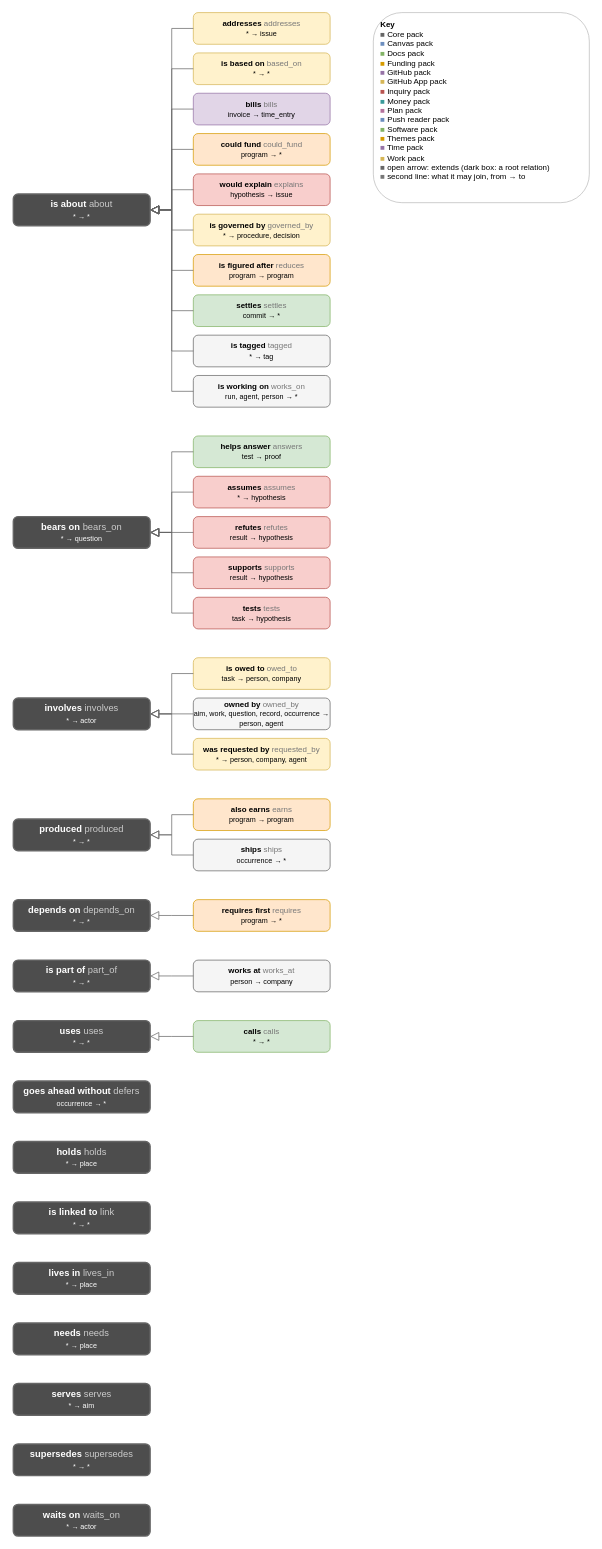
The draw.io diagram page "Types: relations" (2 of 3) of docs/diagrams/types.drawio in AlexReiner98/archipelago, before the edit. Source tidied: cells renumbered, new cells numbered last; positions are measured from the earlier drawing's top-left corner, leaving out a move shared by most shapes. Both pictures are drawn from the tidied source at 72%, with x=0, y=0 at pixel (13, 12).
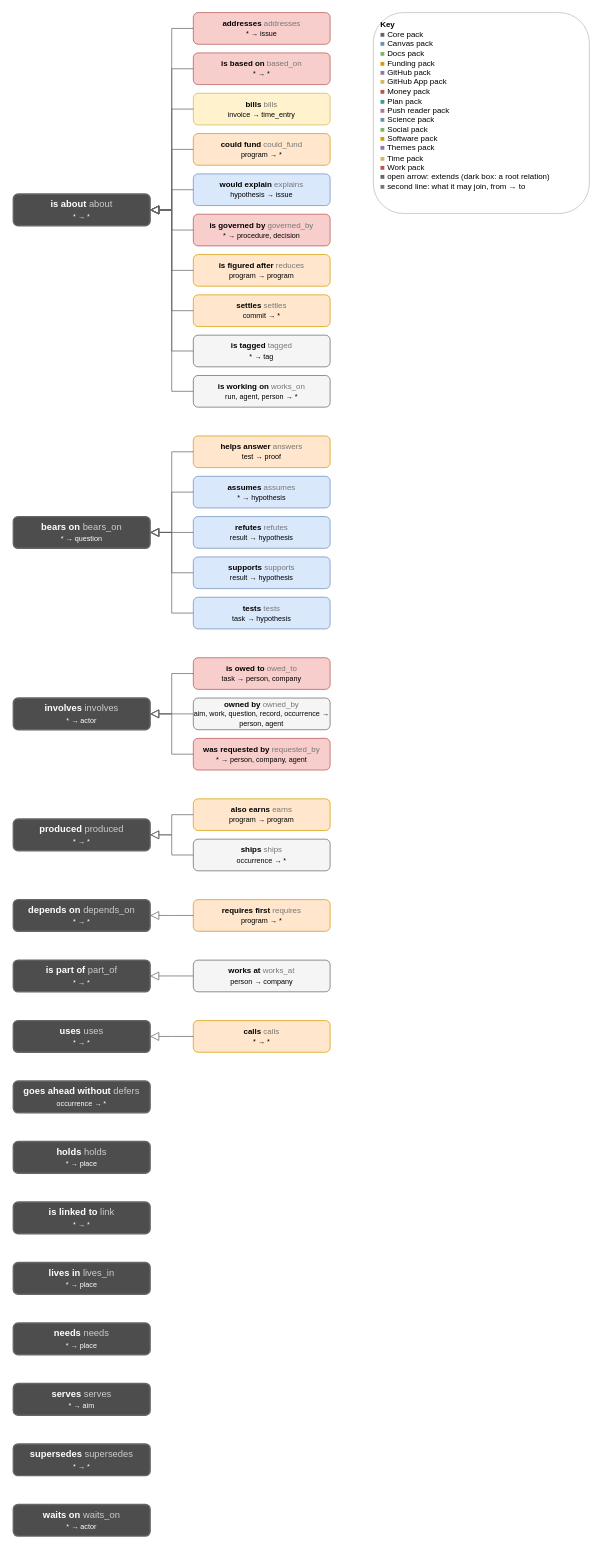
After the change.

Change to the diagram source:
```diff
@@
-    <mxCell id="2" value="&lt;b&gt;addresses&lt;/b&gt; &lt;font color=&quot;#777777&quot;&gt;addresses&lt;/font&gt;&lt;br&gt;&lt;font style=&quot;font-size:10px&quot;&gt;* → issue&lt;/font&gt;" style="rounded=1;html=1;whiteSpace=wrap;fontSize=11;fillColor=#fff2cc;fontColor=#000000;strokeColor=#d6b656;strokeWidth=1;" parent="1" vertex="1">
+    <mxCell id="2" value="&lt;b&gt;addresses&lt;/b&gt; &lt;font color=&quot;#777777&quot;&gt;addresses&lt;/font&gt;&lt;br&gt;&lt;font style=&quot;font-size:10px&quot;&gt;* → issue&lt;/font&gt;" style="rounded=1;html=1;whiteSpace=wrap;fontSize=11;fillColor=#f8cecc;fontColor=#000000;strokeColor=#b85450;strokeWidth=1;" parent="1" vertex="1">
       <mxGeometry x="250" width="190" height="44" as="geometry" />
     </mxCell>
-    <mxCell id="3" value="&lt;b&gt;is based on&lt;/b&gt; &lt;font color=&quot;#777777&quot;&gt;based_on&lt;/font&gt;&lt;br&gt;&lt;font style=&quot;font-size:10px&quot;&gt;* → *&lt;/font&gt;" style="rounded=1;html=1;whiteSpace=wrap;fontSize=11;fillColor=#fff2cc;fontColor=#000000;strokeColor=#d6b656;strokeWidth=1;" parent="1" vertex="1">
+    <mxCell id="3" value="&lt;b&gt;is based on&lt;/b&gt; &lt;font color=&quot;#777777&quot;&gt;based_on&lt;/font&gt;&lt;br&gt;&lt;font style=&quot;font-size:10px&quot;&gt;* → *&lt;/font&gt;" style="rounded=1;html=1;whiteSpace=wrap;fontSize=11;fillColor=#f8cecc;fontColor=#000000;strokeColor=#b85450;strokeWidth=1;" parent="1" vertex="1">
       <mxGeometry x="250" y="56" width="190" height="44" as="geometry" />
     </mxCell>
-    <mxCell id="4" value="&lt;b&gt;bills&lt;/b&gt; &lt;font color=&quot;#777777&quot;&gt;bills&lt;/font&gt;&lt;br&gt;&lt;font style=&quot;font-size:10px&quot;&gt;invoice → time_entry&lt;/font&gt;" style="rounded=1;html=1;whiteSpace=wrap;fontSize=11;fillColor=#e1d5e7;fontColor=#000000;strokeColor=#9673a6;strokeWidth=1;" parent="1" vertex="1">
+    <mxCell id="4" value="&lt;b&gt;bills&lt;/b&gt; &lt;font color=&quot;#777777&quot;&gt;bills&lt;/font&gt;&lt;br&gt;&lt;font style=&quot;font-size:10px&quot;&gt;invoice → time_entry&lt;/font&gt;" style="rounded=1;html=1;whiteSpace=wrap;fontSize=11;fillColor=#fff2cc;fontColor=#000000;strokeColor=#d6b656;strokeWidth=1;" parent="1" vertex="1">
       <mxGeometry x="250" y="112" width="190" height="44" as="geometry" />
     </mxCell>
@@
-    <mxCell id="6" value="&lt;b&gt;would explain&lt;/b&gt; &lt;font color=&quot;#777777&quot;&gt;explains&lt;/font&gt;&lt;br&gt;&lt;font style=&quot;font-size:10px&quot;&gt;hypothesis → issue&lt;/font&gt;" style="rounded=1;html=1;whiteSpace=wrap;fontSize=11;fillColor=#f8cecc;fontColor=#000000;strokeColor=#b85450;strokeWidth=1;" parent="1" vertex="1">
+    <mxCell id="6" value="&lt;b&gt;would explain&lt;/b&gt; &lt;font color=&quot;#777777&quot;&gt;explains&lt;/font&gt;&lt;br&gt;&lt;font style=&quot;font-size:10px&quot;&gt;hypothesis → issue&lt;/font&gt;" style="rounded=1;html=1;whiteSpace=wrap;fontSize=11;fillColor=#dae8fc;fontColor=#000000;strokeColor=#6c8ebf;strokeWidth=1;" parent="1" vertex="1">
       <mxGeometry x="250" y="224" width="190" height="44" as="geometry" />
     </mxCell>
-    <mxCell id="7" value="&lt;b&gt;is governed by&lt;/b&gt; &lt;font color=&quot;#777777&quot;&gt;governed_by&lt;/font&gt;&lt;br&gt;&lt;font style=&quot;font-size:10px&quot;&gt;* → procedure, decision&lt;/font&gt;" style="rounded=1;html=1;whiteSpace=wrap;fontSize=11;fillColor=#fff2cc;fontColor=#000000;strokeColor=#d6b656;strokeWidth=1;" parent="1" vertex="1">
+    <mxCell id="7" value="&lt;b&gt;is governed by&lt;/b&gt; &lt;font color=&quot;#777777&quot;&gt;governed_by&lt;/font&gt;&lt;br&gt;&lt;font style=&quot;font-size:10px&quot;&gt;* → procedure, decision&lt;/font&gt;" style="rounded=1;html=1;whiteSpace=wrap;fontSize=11;fillColor=#f8cecc;fontColor=#000000;strokeColor=#b85450;strokeWidth=1;" parent="1" vertex="1">
       <mxGeometry x="250" y="280" width="190" height="44" as="geometry" />
     </mxCell>
@@
-    <mxCell id="9" value="&lt;b&gt;settles&lt;/b&gt; &lt;font color=&quot;#777777&quot;&gt;settles&lt;/font&gt;&lt;br&gt;&lt;font style=&quot;font-size:10px&quot;&gt;commit → *&lt;/font&gt;" style="rounded=1;html=1;whiteSpace=wrap;fontSize=11;fillColor=#d5e8d4;fontColor=#000000;strokeColor=#82b366;strokeWidth=1;" parent="1" vertex="1">
+    <mxCell id="9" value="&lt;b&gt;settles&lt;/b&gt; &lt;font color=&quot;#777777&quot;&gt;settles&lt;/font&gt;&lt;br&gt;&lt;font style=&quot;font-size:10px&quot;&gt;commit → *&lt;/font&gt;" style="rounded=1;html=1;whiteSpace=wrap;fontSize=11;fillColor=#ffe6cc;fontColor=#000000;strokeColor=#d79b00;strokeWidth=1;" parent="1" vertex="1">
       <mxGeometry x="250" y="392" width="190" height="44" as="geometry" />
     </mxCell>
@@
-    <mxCell id="13" value="&lt;b&gt;helps answer&lt;/b&gt; &lt;font color=&quot;#777777&quot;&gt;answers&lt;/font&gt;&lt;br&gt;&lt;font style=&quot;font-size:10px&quot;&gt;test → proof&lt;/font&gt;" style="rounded=1;html=1;whiteSpace=wrap;fontSize=11;fillColor=#d5e8d4;fontColor=#000000;strokeColor=#82b366;strokeWidth=1;" parent="1" vertex="1">
+    <mxCell id="13" value="&lt;b&gt;helps answer&lt;/b&gt; &lt;font color=&quot;#777777&quot;&gt;answers&lt;/font&gt;&lt;br&gt;&lt;font style=&quot;font-size:10px&quot;&gt;test → proof&lt;/font&gt;" style="rounded=1;html=1;whiteSpace=wrap;fontSize=11;fillColor=#ffe6cc;fontColor=#000000;strokeColor=#d79b00;strokeWidth=1;" parent="1" vertex="1">
       <mxGeometry x="250" y="588" width="190" height="44" as="geometry" />
     </mxCell>
-    <mxCell id="14" value="&lt;b&gt;assumes&lt;/b&gt; &lt;font color=&quot;#777777&quot;&gt;assumes&lt;/font&gt;&lt;br&gt;&lt;font style=&quot;font-size:10px&quot;&gt;* → hypothesis&lt;/font&gt;" style="rounded=1;html=1;whiteSpace=wrap;fontSize=11;fillColor=#f8cecc;fontColor=#000000;strokeColor=#b85450;strokeWidth=1;" parent="1" vertex="1">
+    <mxCell id="14" value="&lt;b&gt;assumes&lt;/b&gt; &lt;font color=&quot;#777777&quot;&gt;assumes&lt;/font&gt;&lt;br&gt;&lt;font style=&quot;font-size:10px&quot;&gt;* → hypothesis&lt;/font&gt;" style="rounded=1;html=1;whiteSpace=wrap;fontSize=11;fillColor=#dae8fc;fontColor=#000000;strokeColor=#6c8ebf;strokeWidth=1;" parent="1" vertex="1">
       <mxGeometry x="250" y="644" width="190" height="44" as="geometry" />
     </mxCell>
-    <mxCell id="15" value="&lt;b&gt;refutes&lt;/b&gt; &lt;font color=&quot;#777777&quot;&gt;refutes&lt;/font&gt;&lt;br&gt;&lt;font style=&quot;font-size:10px&quot;&gt;result → hypothesis&lt;/font&gt;" style="rounded=1;html=1;whiteSpace=wrap;fontSize=11;fillColor=#f8cecc;fontColor=#000000;strokeColor=#b85450;strokeWidth=1;" parent="1" vertex="1">
+    <mxCell id="15" value="&lt;b&gt;refutes&lt;/b&gt; &lt;font color=&quot;#777777&quot;&gt;refutes&lt;/font&gt;&lt;br&gt;&lt;font style=&quot;font-size:10px&quot;&gt;result → hypothesis&lt;/font&gt;" style="rounded=1;html=1;whiteSpace=wrap;fontSize=11;fillColor=#dae8fc;fontColor=#000000;strokeColor=#6c8ebf;strokeWidth=1;" parent="1" vertex="1">
       <mxGeometry x="250" y="700" width="190" height="44" as="geometry" />
     </mxCell>
-    <mxCell id="16" value="&lt;b&gt;supports&lt;/b&gt; &lt;font color=&quot;#777777&quot;&gt;supports&lt;/font&gt;&lt;br&gt;&lt;font style=&quot;font-size:10px&quot;&gt;result → hypothesis&lt;/font&gt;" style="rounded=1;html=1;whiteSpace=wrap;fontSize=11;fillColor=#f8cecc;fontColor=#000000;strokeColor=#b85450;strokeWidth=1;" parent="1" vertex="1">
+    <mxCell id="16" value="&lt;b&gt;supports&lt;/b&gt; &lt;font color=&quot;#777777&quot;&gt;supports&lt;/font&gt;&lt;br&gt;&lt;font style=&quot;font-size:10px&quot;&gt;result → hypothesis&lt;/font&gt;" style="rounded=1;html=1;whiteSpace=wrap;fontSize=11;fillColor=#dae8fc;fontColor=#000000;strokeColor=#6c8ebf;strokeWidth=1;" parent="1" vertex="1">
       <mxGeometry x="250" y="756" width="190" height="44" as="geometry" />
     </mxCell>
-    <mxCell id="17" value="&lt;b&gt;tests&lt;/b&gt; &lt;font color=&quot;#777777&quot;&gt;tests&lt;/font&gt;&lt;br&gt;&lt;font style=&quot;font-size:10px&quot;&gt;task → hypothesis&lt;/font&gt;" style="rounded=1;html=1;whiteSpace=wrap;fontSize=11;fillColor=#f8cecc;fontColor=#000000;strokeColor=#b85450;strokeWidth=1;" parent="1" vertex="1">
+    <mxCell id="17" value="&lt;b&gt;tests&lt;/b&gt; &lt;font color=&quot;#777777&quot;&gt;tests&lt;/font&gt;&lt;br&gt;&lt;font style=&quot;font-size:10px&quot;&gt;task → hypothesis&lt;/font&gt;" style="rounded=1;html=1;whiteSpace=wrap;fontSize=11;fillColor=#dae8fc;fontColor=#000000;strokeColor=#6c8ebf;strokeWidth=1;" parent="1" vertex="1">
       <mxGeometry x="250" y="812" width="190" height="44" as="geometry" />
     </mxCell>
@@
-    <mxCell id="19" value="&lt;b&gt;is owed to&lt;/b&gt; &lt;font color=&quot;#777777&quot;&gt;owed_to&lt;/font&gt;&lt;br&gt;&lt;font style=&quot;font-size:10px&quot;&gt;task → person, company&lt;/font&gt;" style="rounded=1;html=1;whiteSpace=wrap;fontSize=11;fillColor=#fff2cc;fontColor=#000000;strokeColor=#d6b656;strokeWidth=1;" parent="1" vertex="1">
+    <mxCell id="19" value="&lt;b&gt;is owed to&lt;/b&gt; &lt;font color=&quot;#777777&quot;&gt;owed_to&lt;/font&gt;&lt;br&gt;&lt;font style=&quot;font-size:10px&quot;&gt;task → person, company&lt;/font&gt;" style="rounded=1;html=1;whiteSpace=wrap;fontSize=11;fillColor=#f8cecc;fontColor=#000000;strokeColor=#b85450;strokeWidth=1;" parent="1" vertex="1">
       <mxGeometry x="250" y="896" width="190" height="44" as="geometry" />
     </mxCell>
@@
-    <mxCell id="21" value="&lt;b&gt;was requested by&lt;/b&gt; &lt;font color=&quot;#777777&quot;&gt;requested_by&lt;/font&gt;&lt;br&gt;&lt;font style=&quot;font-size:10px&quot;&gt;* → person, company, agent&lt;/font&gt;" style="rounded=1;html=1;whiteSpace=wrap;fontSize=11;fillColor=#fff2cc;fontColor=#000000;strokeColor=#d6b656;strokeWidth=1;" parent="1" vertex="1">
+    <mxCell id="21" value="&lt;b&gt;was requested by&lt;/b&gt; &lt;font color=&quot;#777777&quot;&gt;requested_by&lt;/font&gt;&lt;br&gt;&lt;font style=&quot;font-size:10px&quot;&gt;* → person, company, agent&lt;/font&gt;" style="rounded=1;html=1;whiteSpace=wrap;fontSize=11;fillColor=#f8cecc;fontColor=#000000;strokeColor=#b85450;strokeWidth=1;" parent="1" vertex="1">
       <mxGeometry x="250" y="1008" width="190" height="44" as="geometry" />
     </mxCell>
@@
-    <mxCell id="30" value="&lt;b&gt;calls&lt;/b&gt; &lt;font color=&quot;#777777&quot;&gt;calls&lt;/font&gt;&lt;br&gt;&lt;font style=&quot;font-size:10px&quot;&gt;* → *&lt;/font&gt;" style="rounded=1;html=1;whiteSpace=wrap;fontSize=11;fillColor=#d5e8d4;fontColor=#000000;strokeColor=#82b366;strokeWidth=1;" parent="1" vertex="1">
+    <mxCell id="30" value="&lt;b&gt;calls&lt;/b&gt; &lt;font color=&quot;#777777&quot;&gt;calls&lt;/font&gt;&lt;br&gt;&lt;font style=&quot;font-size:10px&quot;&gt;* → *&lt;/font&gt;" style="rounded=1;html=1;whiteSpace=wrap;fontSize=11;fillColor=#ffe6cc;fontColor=#000000;strokeColor=#d79b00;strokeWidth=1;" parent="1" vertex="1">
       <mxGeometry x="250" y="1400" width="190" height="44" as="geometry" />
     </mxCell>
@@
-    <mxCell id="40" value="&lt;b&gt;Key&lt;/b&gt;&lt;br&gt;&lt;font color=&quot;#666666&quot;&gt;■&lt;/font&gt; Core pack&lt;br&gt;&lt;font color=&quot;#6c8ebf&quot;&gt;■&lt;/font&gt; Canvas pack&lt;br&gt;&lt;font color=&quot;#82b366&quot;&gt;■&lt;/font&gt; Docs pack&lt;br&gt;&lt;font color=&quot;#d79b00&quot;&gt;■&lt;/font&gt; Funding pack&lt;br&gt;&lt;font color=&quot;#9673a6&quot;&gt;■&lt;/font&gt; GitHub pack&lt;br&gt;&lt;font color=&quot;#d6b656&quot;&gt;■&lt;/font&gt; GitHub App pack&lt;br&gt;&lt;font color=&quot;#b85450&quot;&gt;■&lt;/font&gt; Inquiry pack&lt;br&gt;&lt;font color=&quot;#3a9a9a&quot;&gt;■&lt;/font&gt; Money pack&lt;br&gt;&lt;font color=&quot;#b5739d&quot;&gt;■&lt;/font&gt; Plan pack&lt;br&gt;&lt;font color=&quot;#6c8ebf&quot;&gt;■&lt;/font&gt; Push reader pack&lt;br&gt;&lt;font color=&quot;#82b366&quot;&gt;■&lt;/font&gt; Software pack&lt;br&gt;&lt;font color=&quot;#d79b00&quot;&gt;■&lt;/font&gt; Themes pack&lt;br&gt;&lt;font color=&quot;#9673a6&quot;&gt;■&lt;/font&gt; Time pack&lt;br&gt;&lt;font color=&quot;#d6b656&quot;&gt;■&lt;/font&gt; Work pack&lt;br&gt;&lt;font color=&quot;#666666&quot;&gt;■&lt;/font&gt; open arrow: extends (dark box: a root relation)&lt;br&gt;&lt;font color=&quot;#777777&quot;&gt;■&lt;/font&gt; second line: what it may join, from → to" style="rounded=1;html=1;whiteSpace=wrap;align=left;verticalAlign=top;spacingLeft=8;spacingTop=4;fillColor=#ffffff;strokeColor=#bbbbbb;fontSize=11;" parent="1" vertex="1">
-      <mxGeometry x="500" width="300" height="264" as="geometry" />
+    <mxCell id="40" value="&lt;b&gt;Key&lt;/b&gt;&lt;br&gt;&lt;font color=&quot;#666666&quot;&gt;■&lt;/font&gt; Core pack&lt;br&gt;&lt;font color=&quot;#6c8ebf&quot;&gt;■&lt;/font&gt; Canvas pack&lt;br&gt;&lt;font color=&quot;#82b366&quot;&gt;■&lt;/font&gt; Docs pack&lt;br&gt;&lt;font color=&quot;#d79b00&quot;&gt;■&lt;/font&gt; Funding pack&lt;br&gt;&lt;font color=&quot;#9673a6&quot;&gt;■&lt;/font&gt; GitHub pack&lt;br&gt;&lt;font color=&quot;#d6b656&quot;&gt;■&lt;/font&gt; GitHub App pack&lt;br&gt;&lt;font color=&quot;#b85450&quot;&gt;■&lt;/font&gt; Money pack&lt;br&gt;&lt;font color=&quot;#3a9a9a&quot;&gt;■&lt;/font&gt; Plan pack&lt;br&gt;&lt;font color=&quot;#b5739d&quot;&gt;■&lt;/font&gt; Push reader pack&lt;br&gt;&lt;font color=&quot;#6c8ebf&quot;&gt;■&lt;/font&gt; Science pack&lt;br&gt;&lt;font color=&quot;#82b366&quot;&gt;■&lt;/font&gt; Social pack&lt;br&gt;&lt;font color=&quot;#d79b00&quot;&gt;■&lt;/font&gt; Software pack&lt;br&gt;&lt;font color=&quot;#9673a6&quot;&gt;■&lt;/font&gt; Themes pack&lt;br&gt;&lt;font color=&quot;#d6b656&quot;&gt;■&lt;/font&gt; Time pack&lt;br&gt;&lt;font color=&quot;#b85450&quot;&gt;■&lt;/font&gt; Work pack&lt;br&gt;&lt;font color=&quot;#666666&quot;&gt;■&lt;/font&gt; open arrow: extends (dark box: a root relation)&lt;br&gt;&lt;font color=&quot;#777777&quot;&gt;■&lt;/font&gt; second line: what it may join, from → to" style="rounded=1;html=1;whiteSpace=wrap;align=left;verticalAlign=top;spacingLeft=8;spacingTop=4;fillColor=#ffffff;strokeColor=#bbbbbb;fontSize=11;" parent="1" vertex="1">
+      <mxGeometry x="500" width="300" height="279" as="geometry" />
     </mxCell>
```
